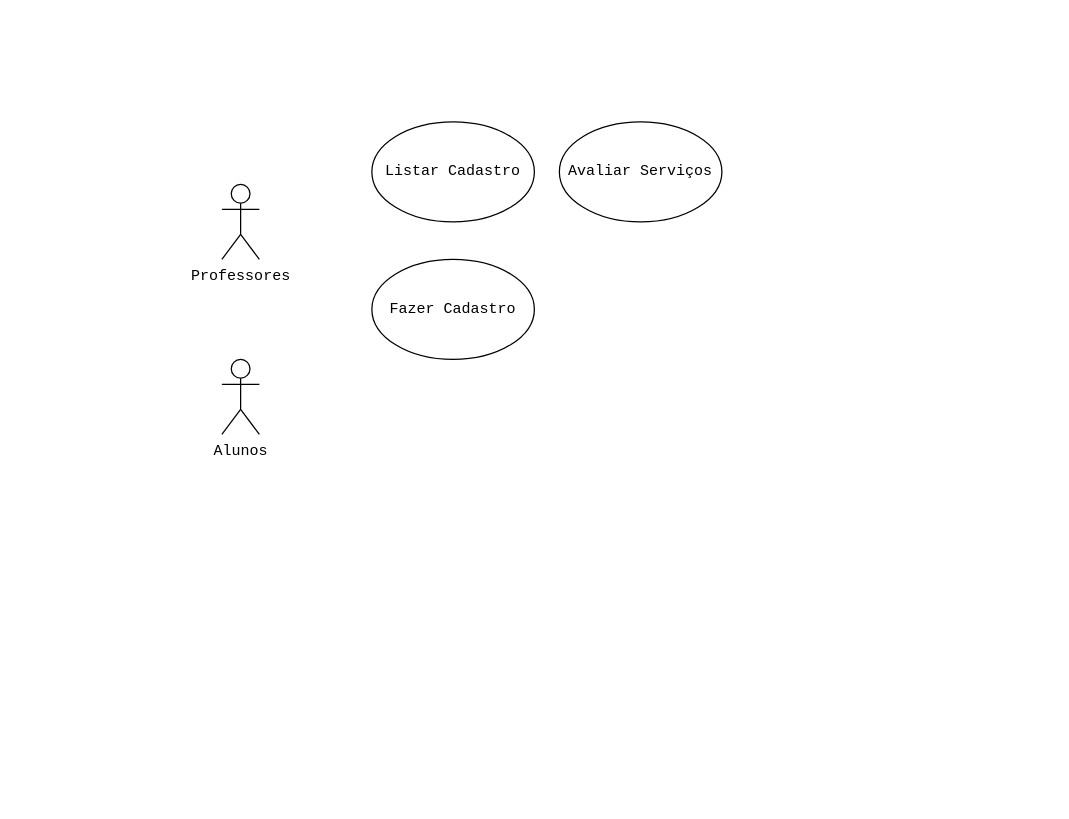
This is Caso de Uso.drawio from gabi-lessa/AnaliseProjetoSistemas, a draw.io file, before an edit. Source tidied: cells renumbered, new cells numbered last; positions are measured from the earlier drawing's top-left corner, leaving out a move shared by most shapes. Both pictures are drawn from the tidied source at 125%, with x=0, y=0 at pixel (221, 121).
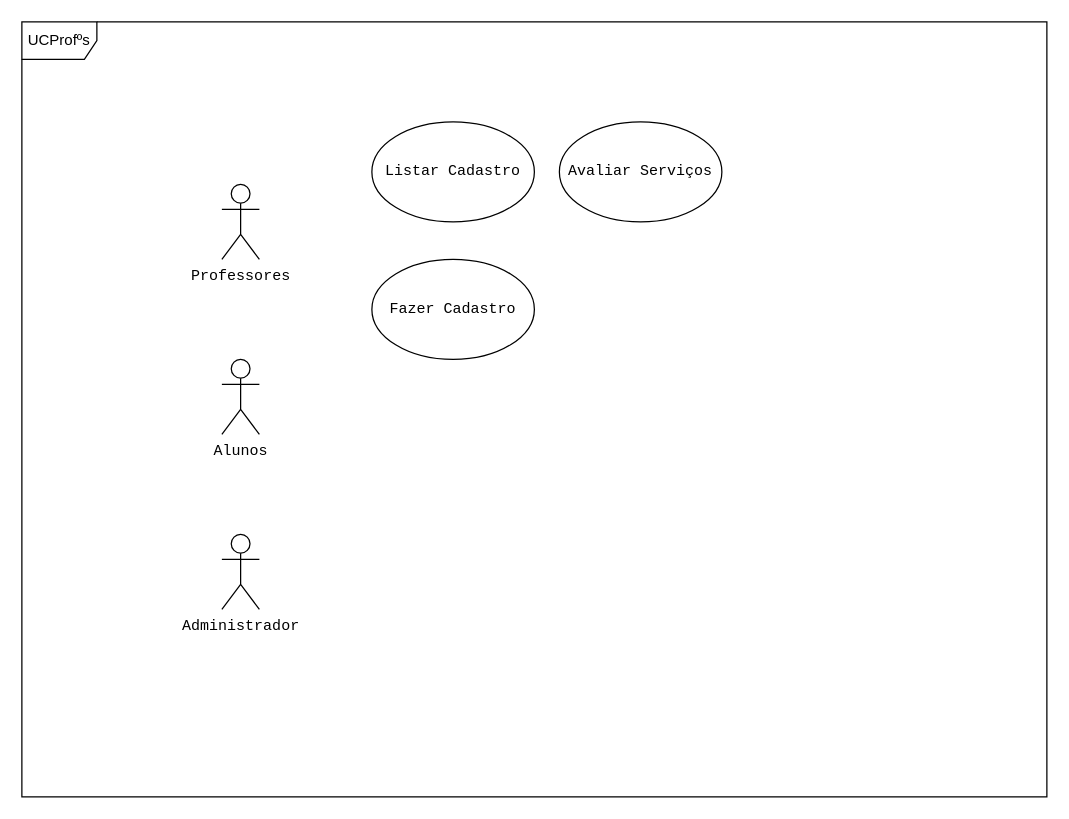
The same diagram, later.

Diff of the diagram source:
```diff
@@
 <mxGraphModel>
   <root>
     <mxCell id="0" />
     <mxCell id="1" parent="0" />
     <mxCell id="2" value="Fazer Cadastro" style="ellipse;whiteSpace=wrap;html=1;fontFamily=Courier New;" parent="1" vertex="1">
       <mxGeometry x="120" y="110" width="130" height="80" as="geometry" />
     </mxCell>
     <mxCell id="3" value="Professores" style="shape=umlActor;verticalLabelPosition=bottom;verticalAlign=top;html=1;fontFamily=Courier New;" parent="1" vertex="1">
       <mxGeometry y="50" width="30" height="60" as="geometry" />
     </mxCell>
     <mxCell id="4" value="Alunos" style="shape=umlActor;verticalLabelPosition=bottom;verticalAlign=top;html=1;fontFamily=Courier New;" parent="1" vertex="1">
       <mxGeometry y="190" width="30" height="60" as="geometry" />
     </mxCell>
     <mxCell id="5" value="Listar Cadastro" style="ellipse;whiteSpace=wrap;html=1;fontFamily=Courier New;" parent="1" vertex="1">
       <mxGeometry x="120" width="130" height="80" as="geometry" />
     </mxCell>
     <mxCell id="6" value="Avaliar Serviços" style="ellipse;whiteSpace=wrap;html=1;fontFamily=Courier New;" parent="1" vertex="1">
       <mxGeometry x="270" width="130" height="80" as="geometry" />
     </mxCell>
+    <mxCell id="7" value="Administrador" style="shape=umlActor;verticalLabelPosition=bottom;verticalAlign=top;html=1;fontFamily=Courier New;" parent="1" vertex="1">
+      <mxGeometry y="330" width="30" height="60" as="geometry" />
+    </mxCell>
+    <mxCell id="8" value="UCProfºs" style="shape=umlFrame;whiteSpace=wrap;html=1;" parent="1" vertex="1">
+      <mxGeometry x="-160" y="-80" width="820" height="620" as="geometry" />
+    </mxCell>
   </root>
 </mxGraphModel>
```
